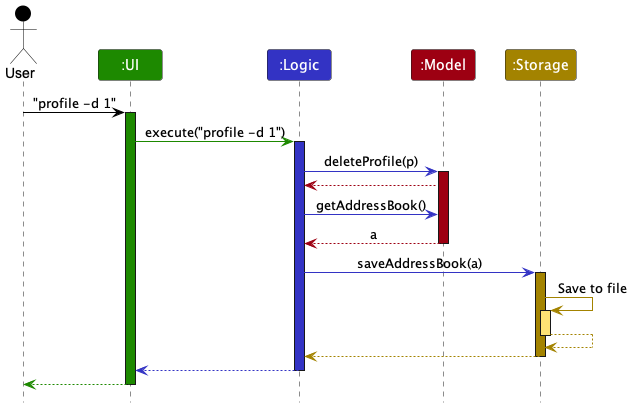
Earlier version of the PlantUML export docs/images/ArchitectureSequenceDiagram.png (nus-cs2103-AY2223S1/tp).
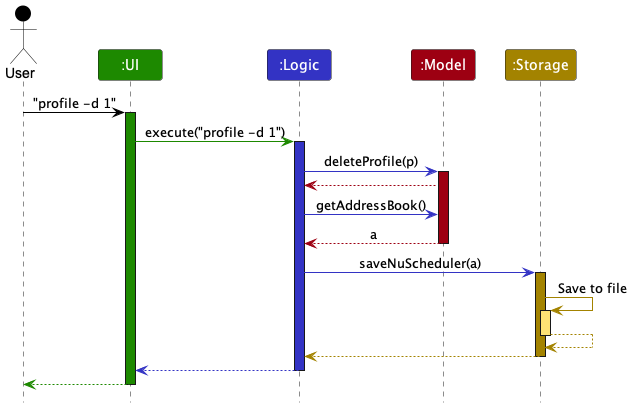
After the change.

Change to the diagram source:
```diff
@@ -23,7 +23,7 @@
 deactivate model
 
 
-logic -[LOGIC_COLOR]> storage : saveAddressBook(a)
+logic -[LOGIC_COLOR]> storage : saveNuScheduler(a)
 activate storage STORAGE_COLOR
 
 storage -[STORAGE_COLOR]> storage : Save to file
```
